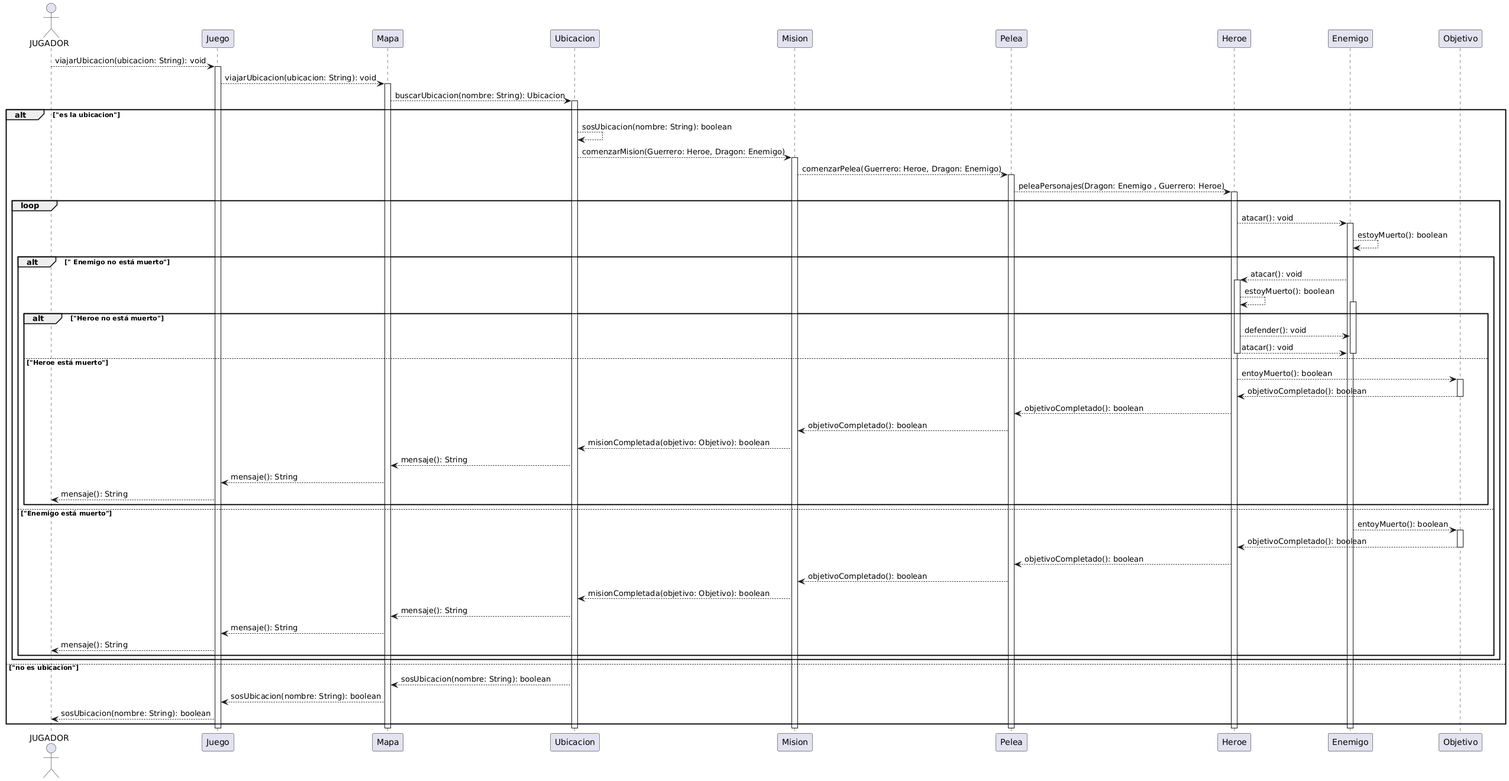
Before: DiagramasSecuencia/diagramaDeSecuenciaA.png, a diagram exported from PlantUML (LucasArielGarcia/TPO_POO_MIE_2C).
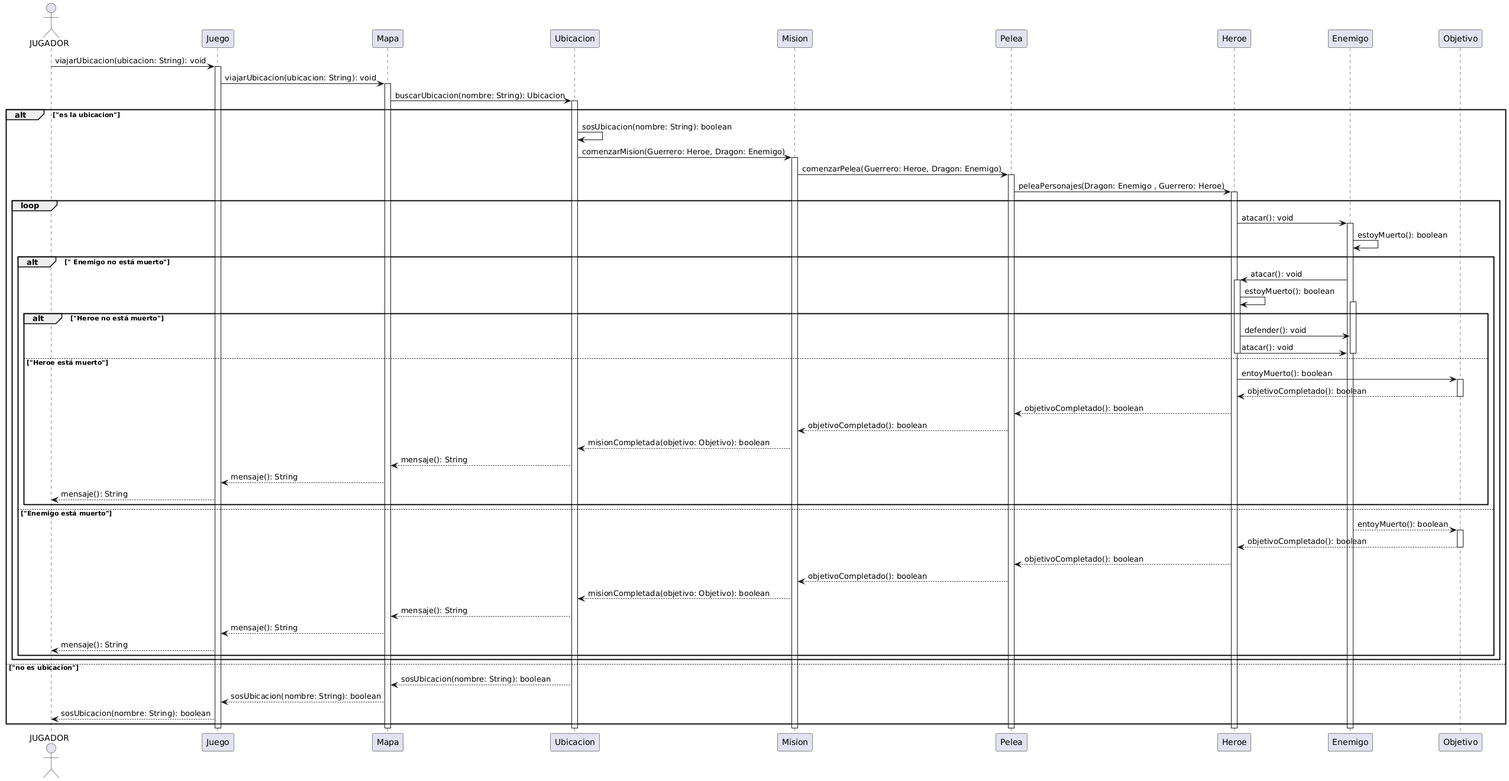
After the change.

The edit, as a diff of the source:
```diff
@@ -1,63 +1,63 @@
 @startuml
 actor JUGADOR
-JUGADOR --> Juego: viajarUbicacion(ubicacion: String): void
+JUGADOR -> Juego: viajarUbicacion(ubicacion: String): void
  activate Juego
- Juego --> Mapa: viajarUbicacion(ubicacion: String): void
+ Juego -> Mapa: viajarUbicacion(ubicacion: String): void
   activate Mapa
-  Mapa --> Ubicacion: buscarUbicacion(nombre: String): Ubicacion
+  Mapa -> Ubicacion: buscarUbicacion(nombre: String): Ubicacion
    activate Ubicacion
    alt "es la ubicacion"
-       Ubicacion--> Ubicacion: sosUbicacion(nombre: String): boolean
-       Ubicacion --> Mision: comenzarMision(Guerrero: Heroe, Dragon: Enemigo)
+       Ubicacion-> Ubicacion: sosUbicacion(nombre: String): boolean
+       Ubicacion -> Mision: comenzarMision(Guerrero: Heroe, Dragon: Enemigo)
        activate Mision
-       Mision --> Pelea: comenzarPelea(Guerrero: Heroe, Dragon: Enemigo)
+       Mision -> Pelea: comenzarPelea(Guerrero: Heroe, Dragon: Enemigo)
        activate Pelea
-       Pelea --> Heroe: peleaPersonajes(Dragon: Enemigo , Guerrero: Heroe)
+       Pelea -> Heroe: peleaPersonajes(Dragon: Enemigo , Guerrero: Heroe)
        loop
            activate Heroe
-           Heroe --> Enemigo: atacar(): void
+           Heroe -> Enemigo: atacar(): void
            activate Enemigo
-           Enemigo --> Enemigo: estoyMuerto(): boolean
+           Enemigo -> Enemigo: estoyMuerto(): boolean
            alt " Enemigo no está muerto"
-               Enemigo--> Heroe:  atacar(): void
+               Enemigo-> Heroe:  atacar(): void
                activate Heroe
-               Heroe --> Heroe: estoyMuerto(): boolean
+               Heroe -> Heroe: estoyMuerto(): boolean
                alt "Heroe no está muerto"
                    activate Enemigo
-                   Heroe --> Enemigo: defender(): void
-                   Heroe--> Enemigo:  atacar(): void
+                   Heroe -> Enemigo: defender(): void
+                   Heroe-> Enemigo:  atacar(): void
                    deactivate Heroe
                    deactivate Enemigo
                else "Heroe está muerto"
-                   Heroe --> Objetivo: entoyMuerto(): boolean
+                   Heroe -> Objetivo: entoyMuerto(): boolean
                    activate Objetivo
-                   Objetivo --> Heroe: objetivoCompletado(): boolean
+                   Objetivo ---> Heroe: objetivoCompletado(): boolean
                    deactivate Objetivo
-                   Heroe --> Pelea: objetivoCompletado(): boolean
-                   Pelea --> Mision: objetivoCompletado(): boolean
-                   Mision --> Ubicacion: misionCompletada(objetivo: Objetivo): boolean
-                   Ubicacion --> Mapa: mensaje(): String
-                   Mapa --> Juego: mensaje(): String
-                   Juego --> JUGADOR: mensaje(): String
+                   Heroe ---> Pelea: objetivoCompletado(): boolean
+                   Pelea ---> Mision: objetivoCompletado(): boolean
+                   Mision ---> Ubicacion: misionCompletada(objetivo: Objetivo): boolean
+                   Ubicacion ---> Mapa: mensaje(): String
+                   Mapa ---> Juego: mensaje(): String
+                   Juego ---> JUGADOR: mensaje(): String
                end
            else "Enemigo está muerto"
-               Enemigo --> Objetivo: entoyMuerto(): boolean
+               Enemigo ---> Objetivo: entoyMuerto(): boolean
                activate Objetivo
-               Objetivo --> Heroe: objetivoCompletado(): boolean
+               Objetivo ---> Heroe: objetivoCompletado(): boolean
                deactivate Objetivo
-               Heroe --> Pelea: objetivoCompletado(): boolean
-               Pelea --> Mision: objetivoCompletado(): boolean
-               Mision --> Ubicacion: misionCompletada(objetivo: Objetivo): boolean
-               Ubicacion --> Mapa: mensaje(): String
-               Mapa --> Juego: mensaje(): String
-               Juego --> JUGADOR: mensaje(): String
+               Heroe ---> Pelea: objetivoCompletado(): boolean
+               Pelea ---> Mision: objetivoCompletado(): boolean
+               Mision ---> Ubicacion: misionCompletada(objetivo: Objetivo): boolean
+               Ubicacion ---> Mapa: mensaje(): String
+               Mapa ---> Juego: mensaje(): String
+               Juego ---> JUGADOR: mensaje(): String
 
            end
        end
    else "no es ubicacion"
-       Ubicacion--> Mapa: sosUbicacion(nombre: String): boolean
-       Mapa --> Juego: sosUbicacion(nombre: String): boolean
-       Juego --> JUGADOR: sosUbicacion(nombre: String): boolean
+       Ubicacion---> Mapa: sosUbicacion(nombre: String): boolean
+       Mapa ---> Juego: sosUbicacion(nombre: String): boolean
+       Juego ---> JUGADOR: sosUbicacion(nombre: String): boolean
    end
 deactivate Enemigo
 deactivate Heroe
```
